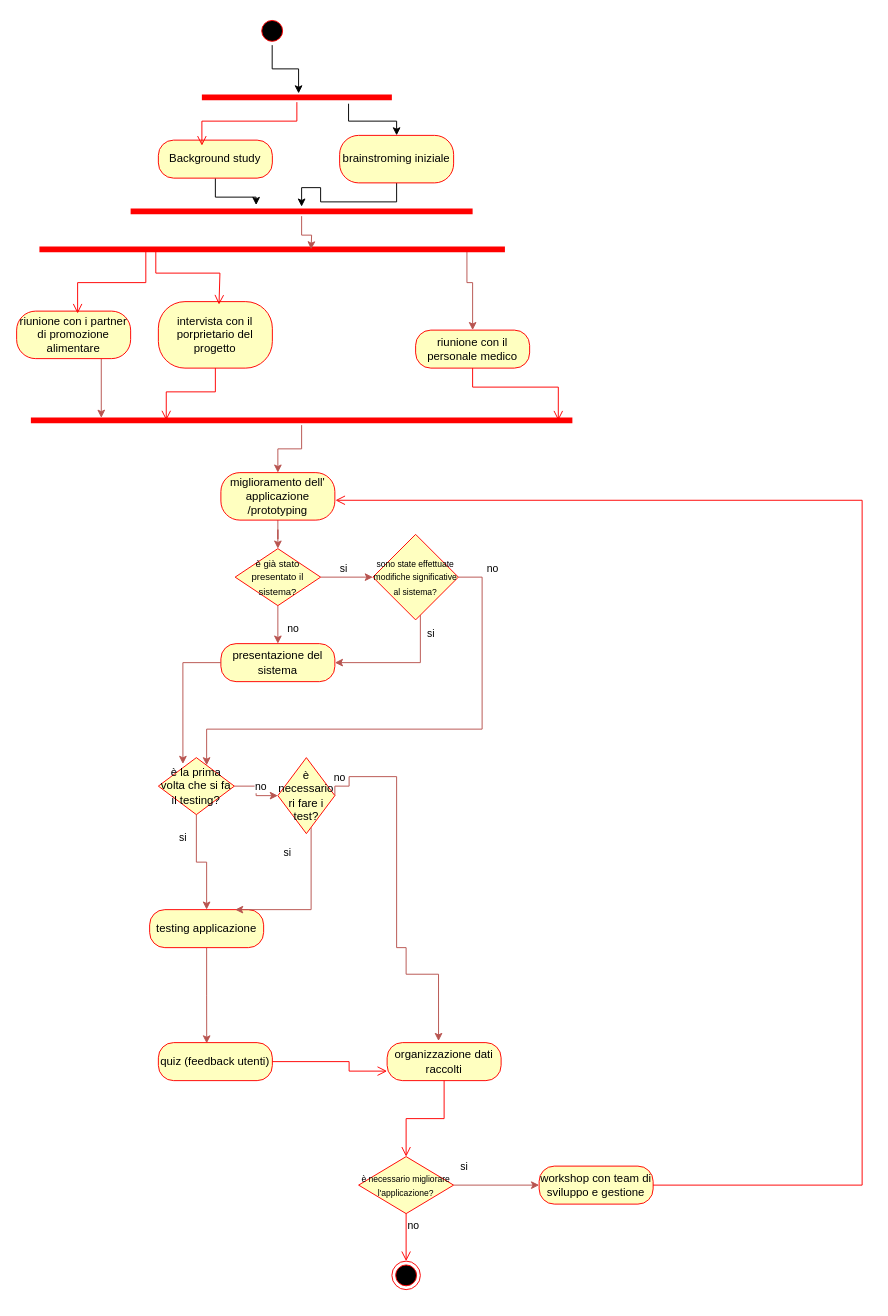
The draw.io diagram grafi/Diagramma senza titolo.drawio in Barbera9/mixed, before the edit. Source tidied: cells renumbered, new cells numbered last; positions are measured from the earlier drawing's top-left corner, leaving out a move shared by most shapes. Both pictures are drawn from the tidied source at 95%, with x=0, y=0 at pixel (16, 16).
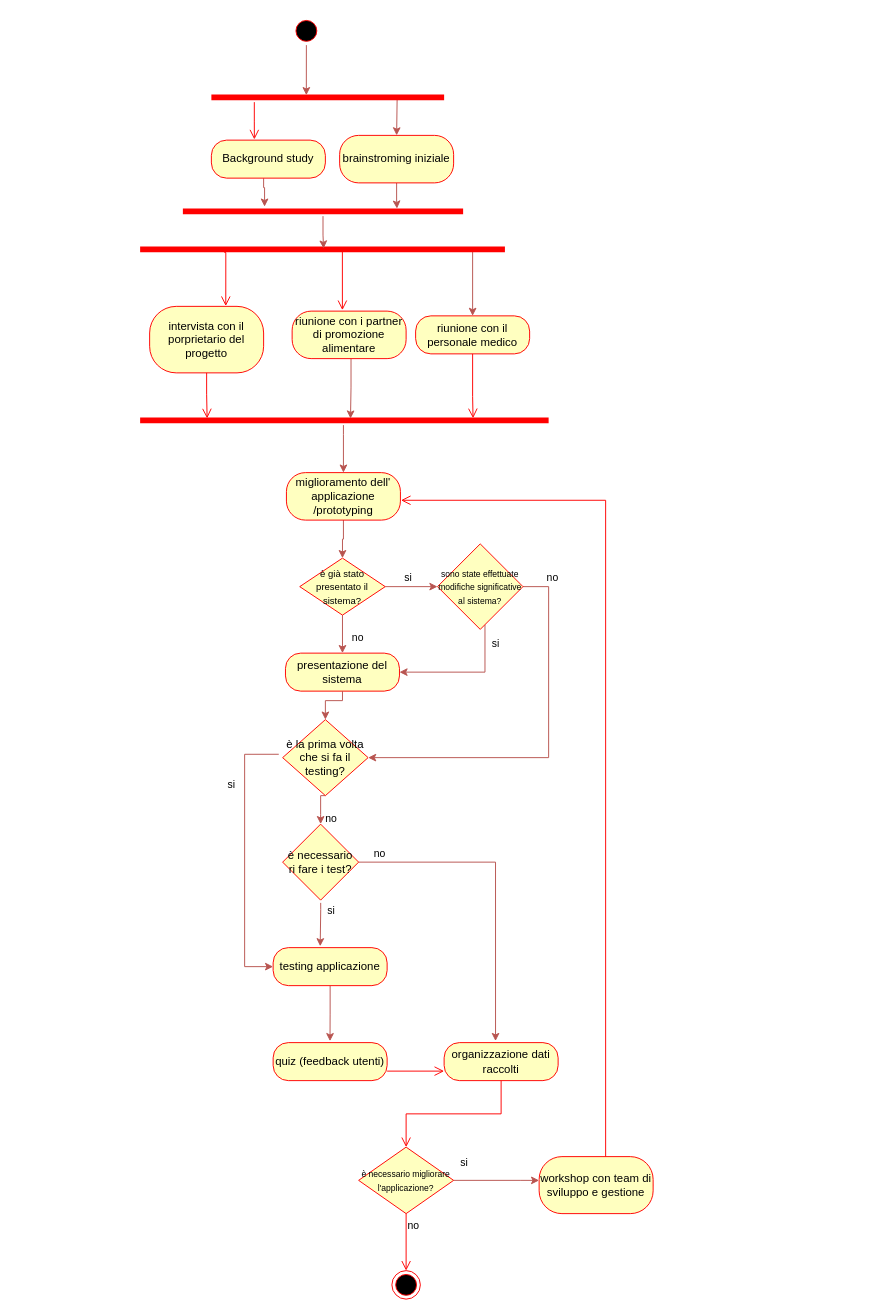
After the change.

The change refers to these unchanged cells:
```xml
<mxCell id="11" value="brainstroming iniziale" style="rounded=1;whiteSpace=wrap;html=1;arcSize=40;fontColor=#000000;fillColor=#ffffc0;strokeColor=#ff0000;" parent="1" vertex="1">
  <mxGeometry x="340" y="125" width="120" height="50" as="geometry" />
</mxCell>
```

Diff of the diagram source:
```diff
@@
-    <mxCell id="2" style="edgeStyle=orthogonalEdgeStyle;rounded=0;jettySize=auto;html=1;entryX=0.509;entryY=0.083;entryDx=0;entryDy=0;entryPerimeter=0;" parent="1" edge="1" source="3" target="58">
+    <mxCell id="2" style="edgeStyle=orthogonalEdgeStyle;rounded=0;jettySize=auto;html=1;entryX=0.408;entryY=0.268;entryDx=0;entryDy=0;entryPerimeter=0;fillColor=#f8cecc;strokeColor=#b85450;" parent="1" edge="1" source="3" target="58">
       <mxGeometry relative="1" as="geometry" />
     </mxCell>
     <mxCell id="3" style="ellipse;html=1;shape=startState;fillColor=#000000;strokeColor=#ff0000;" parent="1" vertex="1">
-      <mxGeometry x="254" width="30" height="30" as="geometry" />
+      <mxGeometry x="290" width="30" height="30" as="geometry" />
     </mxCell>
-    <mxCell id="4" style="edgeStyle=orthogonalEdgeStyle;rounded=0;jettySize=auto;html=1;entryX=0.367;entryY=-0.167;entryDx=0;entryDy=0;entryPerimeter=0;" parent="1" edge="1" source="5" target="61">
-      <mxGeometry relative="1" as="geometry" />
+    <mxCell id="4" style="edgeStyle=orthogonalEdgeStyle;rounded=0;jettySize=auto;html=1;fillColor=#f8cecc;strokeColor=#b85450;" parent="1" edge="1" source="5" target="61">
+      <mxGeometry relative="1" as="geometry">
+        <Array as="points">
+          <mxPoint x="260" y="180" />
+          <mxPoint x="261" y="180" />
+        </Array>
+      </mxGeometry>
     </mxCell>
     <mxCell id="5" value="Background study" style="rounded=1;whiteSpace=wrap;html=1;arcSize=40;fontColor=#000000;fillColor=#ffffc0;strokeColor=#ff0000;" parent="1" vertex="1">
-      <mxGeometry x="149.2" y="130" width="120" height="40" as="geometry" />
+      <mxGeometry x="205" y="130" width="120" height="40" as="geometry" />
     </mxCell>
     <mxCell id="6" style="edgeStyle=orthogonalEdgeStyle;rounded=0;jettySize=auto;html=1;exitX=0.927;exitY=0.511;exitDx=0;exitDy=0;exitPerimeter=0;entryX=0.5;entryY=0;entryDx=0;entryDy=0;fillColor=#f8cecc;strokeColor=#b85450;" parent="1" edge="1" source="7" target="54">
       <mxGeometry relative="1" as="geometry">
         <Array as="points">
-          <mxPoint x="474" y="246" />
-          <mxPoint x="474" y="280" />
-          <mxPoint x="480" y="280" />
+          <mxPoint x="480" y="246" />
         </Array>
       </mxGeometry>
     </mxCell>
     <mxCell id="7" style="shape=line;html=1;strokeWidth=6;strokeColor=#ff0000;" parent="1" vertex="1">
-      <mxGeometry x="24" y="200" width="490" height="90" as="geometry" />
+      <mxGeometry x="130" y="200" width="384" height="90" as="geometry" />
     </mxCell>
     <mxCell id="8" value="intervista con il porprietario del progetto" style="rounded=1;whiteSpace=wrap;html=1;arcSize=40;fontColor=#000000;fillColor=#ffffc0;strokeColor=#ff0000;" parent="1" vertex="1">
-      <mxGeometry x="149.2" y="300" width="120" height="70" as="geometry" />
+      <mxGeometry x="140" y="305" width="120" height="70" as="geometry" />
     </mxCell>
-    <mxCell id="9" style="edgeStyle=orthogonalEdgeStyle;html=1;verticalAlign=bottom;endArrow=open;endSize=8;strokeColor=#ff0000;rounded=0;entryX=0.25;entryY=0.5;entryDx=0;entryDy=0;entryPerimeter=0;" parent="1" edge="1" source="8" target="14">
+    <mxCell id="9" style="edgeStyle=orthogonalEdgeStyle;html=1;verticalAlign=bottom;endArrow=open;endSize=8;strokeColor=#ff0000;rounded=0;entryX=0.164;entryY=0.287;entryDx=0;entryDy=0;entryPerimeter=0;" parent="1" edge="1" source="8" target="14">
       <mxGeometry relative="1" as="geometry" />
     </mxCell>
-    <mxCell id="10" style="edgeStyle=orthogonalEdgeStyle;rounded=0;jettySize=auto;html=1;" parent="1" edge="1" source="11" target="61">
+    <mxCell id="10" style="edgeStyle=orthogonalEdgeStyle;rounded=0;jettySize=auto;html=1;fillColor=#f8cecc;strokeColor=#b85450;entryX=0.764;entryY=0.205;entryDx=0;entryDy=0;entryPerimeter=0;" parent="1" edge="1" source="11" target="61">
       <mxGeometry relative="1" as="geometry" />
     </mxCell>
@@
-    <mxCell id="12" style="edgeStyle=orthogonalEdgeStyle;html=1;verticalAlign=bottom;endArrow=open;endSize=8;strokeColor=#ff0000;rounded=0;entryX=0.532;entryY=0.045;entryDx=0;entryDy=0;entryPerimeter=0;exitX=0.25;exitY=0.5;exitDx=0;exitDy=0;exitPerimeter=0;" parent="1" edge="1" source="7" target="8">
+    <mxCell id="12" style="edgeStyle=orthogonalEdgeStyle;html=1;verticalAlign=bottom;endArrow=open;endSize=8;strokeColor=#ff0000;rounded=0;exitX=0.231;exitY=0.537;exitDx=0;exitDy=0;exitPerimeter=0;entryX=0.668;entryY=-0.005;entryDx=0;entryDy=0;entryPerimeter=0;" parent="1" edge="1" source="7" target="8">
       <mxGeometry relative="1" as="geometry">
         <Array as="points">
-          <mxPoint x="147" y="270" />
-          <mxPoint x="214" y="270" />
-          <mxPoint x="214" y="303" />
+          <mxPoint x="220" y="248" />
         </Array>
       </mxGeometry>
     </mxCell>
     <mxCell id="13" style="edgeStyle=orthogonalEdgeStyle;rounded=0;jettySize=auto;html=1;fillColor=#f8cecc;strokeColor=#b85450;" parent="1" edge="1" source="14" target="18">
-      <mxGeometry relative="1" as="geometry" />
+      <mxGeometry relative="1" as="geometry">
+        <Array as="points">
+          <mxPoint x="344" y="440" />
+          <mxPoint x="344" y="440" />
+        </Array>
+      </mxGeometry>
     </mxCell>
     <mxCell id="14" style="shape=line;html=1;strokeWidth=6;strokeColor=#ff0000;" parent="1" vertex="1">
-      <mxGeometry x="15" y="420" width="570" height="10" as="geometry" />
+      <mxGeometry x="130" y="420" width="430" height="10" as="geometry" />
     </mxCell>
     <mxCell id="15" value="presentazione del sistema" style="rounded=1;whiteSpace=wrap;html=1;arcSize=40;fontColor=#000000;fillColor=#ffffc0;strokeColor=#ff0000;" parent="1" vertex="1">
-      <mxGeometry x="215" y="660" width="120" height="40" as="geometry" />
+      <mxGeometry x="283" y="670" width="120" height="40" as="geometry" />
     </mxCell>
-    <mxCell id="16" style="edgeStyle=orthogonalEdgeStyle;rounded=0;jettySize=auto;html=1;fillColor=#f8cecc;strokeColor=#b85450;entryX=0.323;entryY=0.111;entryDx=0;entryDy=0;entryPerimeter=0;" parent="1" edge="1" source="15" target="40">
+    <mxCell id="16" style="edgeStyle=orthogonalEdgeStyle;rounded=0;jettySize=auto;html=1;fillColor=#f8cecc;strokeColor=#b85450;entryX=0.5;entryY=0;entryDx=0;entryDy=0;" parent="1" edge="1" source="15" target="40">
       <mxGeometry relative="1" as="geometry">
         <Array as="points">
-          <mxPoint x="175" y="680" />
+          <mxPoint x="343" y="720" />
+          <mxPoint x="325" y="720" />
         </Array>
       </mxGeometry>
     </mxCell>
-    <mxCell id="17" style="edgeStyle=orthogonalEdgeStyle;rounded=0;jettySize=auto;html=1;fillColor=#f8cecc;strokeColor=#b85450;" parent="1" edge="1" source="18" target="50">
+    <mxCell id="17" style="edgeStyle=orthogonalEdgeStyle;rounded=0;jettySize=auto;html=1;fillColor=#f8cecc;strokeColor=#b85450;exitX=0.5;exitY=1;exitDx=0;exitDy=0;" parent="1" edge="1" source="18" target="50">
       <mxGeometry relative="1" as="geometry" />
     </mxCell>
     <mxCell id="18" value="miglioramento dell' applicazione /prototyping" style="rounded=1;whiteSpace=wrap;html=1;arcSize=40;fontColor=#000000;fillColor=#ffffc0;strokeColor=#ff0000;" parent="1" vertex="1">
-      <mxGeometry x="215" y="480" width="120" height="50" as="geometry" />
+      <mxGeometry x="284" y="480" width="120" height="50" as="geometry" />
     </mxCell>
-    <mxCell id="19" style="edgeStyle=orthogonalEdgeStyle;rounded=0;jettySize=auto;html=1;fillColor=#f8cecc;strokeColor=#b85450;entryX=0.424;entryY=0.021;entryDx=0;entryDy=0;entryPerimeter=0;" parent="1" edge="1" source="20" target="26">
+    <mxCell id="19" style="edgeStyle=orthogonalEdgeStyle;rounded=0;jettySize=auto;html=1;fillColor=#f8cecc;strokeColor=#b85450;entryX=0.499;entryY=-0.039;entryDx=0;entryDy=0;entryPerimeter=0;" parent="1" edge="1" source="20" target="26">
       <mxGeometry relative="1" as="geometry" />
     </mxCell>
     <mxCell id="20" value="testing applicazione" style="rounded=1;whiteSpace=wrap;html=1;arcSize=40;fontColor=#000000;fillColor=#ffffc0;strokeColor=#ff0000;" parent="1" vertex="1">
-      <mxGeometry x="140" y="940" width="120" height="40" as="geometry" />
+      <mxGeometry x="270" y="980" width="120" height="40" as="geometry" />
     </mxCell>
     <mxCell id="21" style="edgeStyle=orthogonalEdgeStyle;rounded=0;jettySize=auto;html=1;fillColor=#f8cecc;strokeColor=#b85450;" parent="1" edge="1" source="25" target="40">
       <mxGeometry relative="1" as="geometry">
         <Array as="points">
-          <mxPoint x="490" y="590" />
-          <mxPoint x="490" y="750" />
-          <mxPoint x="200" y="750" />
+          <mxPoint x="560" y="600" />
+          <mxPoint x="560" y="780" />
         </Array>
       </mxGeometry>
     </mxCell>
@@
     <mxCell id="23" style="edgeStyle=orthogonalEdgeStyle;rounded=0;jettySize=auto;html=1;fillColor=#f8cecc;strokeColor=#b85450;" parent="1" edge="1" source="25" target="15">
       <mxGeometry relative="1" as="geometry">
         <Array as="points">
-          <mxPoint x="425" y="680" />
+          <mxPoint x="493" y="690" />
         </Array>
       </mxGeometry>
     </mxCell>
@@
     <mxCell id="25" value="&lt;font style=&quot;font-size: 9px;&quot;&gt;sono state effettuate modifiche significative al sistema?&lt;/font&gt;" style="rhombus;whiteSpace=wrap;html=1;fontColor=#000000;fillColor=#ffffc0;strokeColor=#ff0000;" parent="1" vertex="1">
-      <mxGeometry x="375" y="545" width="90" height="90" as="geometry" />
+      <mxGeometry x="443" y="555" width="90" height="90" as="geometry" />
     </mxCell>
     <mxCell id="26" value="quiz (feedback utenti)" style="rounded=1;whiteSpace=wrap;html=1;arcSize=40;fontColor=#000000;fillColor=#ffffc0;strokeColor=#ff0000;" parent="1" vertex="1">
-      <mxGeometry x="149.2" y="1080" width="120" height="40" as="geometry" />
+      <mxGeometry x="270" y="1080" width="120" height="40" as="geometry" />
     </mxCell>
@@
     <mxCell id="28" value="organizzazione dati raccolti" style="rounded=1;whiteSpace=wrap;html=1;arcSize=40;fontColor=#000000;fillColor=#ffffc0;strokeColor=#ff0000;" parent="1" vertex="1">
-      <mxGeometry x="390" y="1080" width="120" height="40" as="geometry" />
+      <mxGeometry x="450" y="1080" width="120" height="40" as="geometry" />
     </mxCell>
@@
-    <mxCell id="30" style="edgeStyle=orthogonalEdgeStyle;rounded=0;jettySize=auto;html=1;fillColor=#f8cecc;strokeColor=#b85450;" parent="1" edge="1" source="32" target="51">
-      <mxGeometry relative="1" as="geometry" />
+    <mxCell id="30" style="edgeStyle=orthogonalEdgeStyle;rounded=0;jettySize=auto;html=1;fillColor=#f8cecc;strokeColor=#b85450;exitX=1;exitY=0.5;exitDx=0;exitDy=0;entryX=0;entryY=0.417;entryDx=0;entryDy=0;entryPerimeter=0;" parent="1" edge="1" source="32" target="51">
+      <mxGeometry relative="1" as="geometry">
+        <Array as="points">
+          <mxPoint x="530" y="1225" />
+          <mxPoint x="530" y="1225" />
+        </Array>
+      </mxGeometry>
     </mxCell>
@@
     <mxCell id="32" value="&lt;font style=&quot;font-size: 9px;&quot;&gt;è necessario migliorare l'applicazione?&lt;/font&gt;" style="rhombus;whiteSpace=wrap;html=1;fontColor=#000000;fillColor=#ffffc0;strokeColor=#ff0000;" parent="1" vertex="1">
-      <mxGeometry x="360" y="1200" width="100" height="60" as="geometry" />
+      <mxGeometry x="360" y="1190" width="100" height="70" as="geometry" />
     </mxCell>
@@
     <mxCell id="34" style="ellipse;html=1;shape=endState;fillColor=#000000;strokeColor=#ff0000;" parent="1" vertex="1">
-      <mxGeometry x="395" y="1310" width="30" height="30" as="geometry" />
+      <mxGeometry x="395" y="1320" width="30" height="30" as="geometry" />
     </mxCell>
     <mxCell id="35" style="edgeStyle=orthogonalEdgeStyle;html=1;verticalAlign=bottom;endArrow=open;endSize=8;strokeColor=#ff0000;rounded=0;exitX=1;exitY=0.5;exitDx=0;exitDy=0;entryX=1.005;entryY=0.582;entryDx=0;entryDy=0;entryPerimeter=0;" parent="1" edge="1" source="51" target="18">
       <mxGeometry relative="1" as="geometry">
         <Array as="points">
-          <mxPoint x="660" y="1230" />
-          <mxPoint x="890" y="1230" />
-          <mxPoint x="890" y="359" />
+          <mxPoint x="620" y="1230" />
+          <mxPoint x="620" y="509" />
         </Array>
       </mxGeometry>
     </mxCell>
-    <mxCell id="36" style="edgeStyle=orthogonalEdgeStyle;rounded=0;jettySize=auto;html=1;fillColor=#f8cecc;strokeColor=#b85450;" parent="1" edge="1" source="40" target="45">
-      <mxGeometry relative="1" as="geometry" />
+    <mxCell id="36" style="edgeStyle=orthogonalEdgeStyle;rounded=0;jettySize=auto;html=1;fillColor=#f8cecc;strokeColor=#b85450;exitX=0.5;exitY=1;exitDx=0;exitDy=0;" parent="1" edge="1" source="40" target="45">
+      <mxGeometry relative="1" as="geometry">
+        <Array as="points">
+          <mxPoint x="320" y="840" />
+          <mxPoint x="320" y="840" />
+        </Array>
+      </mxGeometry>
     </mxCell>
     <mxCell id="37" value="no" style="edgeLabel;html=1;align=center;verticalAlign=middle;" parent="36" vertex="1">
       <mxGeometry x="0.54" y="-2" relative="1" as="geometry">
-        <mxPoint x="-6" y="-12" as="offset" />
+        <mxPoint x="12" y="1" as="offset" />
       </mxGeometry>
     </mxCell>
-    <mxCell id="38" style="edgeStyle=orthogonalEdgeStyle;rounded=0;jettySize=auto;html=1;fillColor=#f8cecc;strokeColor=#b85450;" parent="1" edge="1" source="40" target="20">
-      <mxGeometry relative="1" as="geometry" />
+    <mxCell id="38" style="edgeStyle=orthogonalEdgeStyle;rounded=0;jettySize=auto;html=1;fillColor=#f8cecc;strokeColor=#b85450;exitX=-0.045;exitY=0.456;exitDx=0;exitDy=0;exitPerimeter=0;" parent="1" edge="1" source="40" target="20">
+      <mxGeometry relative="1" as="geometry">
+        <Array as="points">
+          <mxPoint x="240" y="776" />
+          <mxPoint x="240" y="1000" />
+        </Array>
+      </mxGeometry>
     </mxCell>
@@
     <mxCell id="40" value="è la prima volta che si fa il testing?" style="rhombus;whiteSpace=wrap;html=1;fontColor=#000000;fillColor=#ffffc0;strokeColor=#ff0000;" parent="1" vertex="1">
-      <mxGeometry x="149.2" y="780" width="80" height="60" as="geometry" />
+      <mxGeometry x="280" y="740" width="90" height="80" as="geometry" />
     </mxCell>
-    <mxCell id="41" style="edgeStyle=orthogonalEdgeStyle;rounded=0;jettySize=auto;html=1;entryX=0.75;entryY=0;entryDx=0;entryDy=0;fillColor=#f8cecc;strokeColor=#b85450;" parent="1" edge="1" source="45" target="20">
+    <mxCell id="41" style="edgeStyle=orthogonalEdgeStyle;rounded=0;jettySize=auto;html=1;entryX=0.413;entryY=-0.036;entryDx=0;entryDy=0;fillColor=#f8cecc;strokeColor=#b85450;exitX=0.501;exitY=1.036;exitDx=0;exitDy=0;exitPerimeter=0;entryPerimeter=0;" parent="1" edge="1" source="45" target="20">
       <mxGeometry relative="1" as="geometry">
         <Array as="points">
-          <mxPoint x="310" y="940" />
+          <mxPoint x="320" y="940" />
+          <mxPoint x="320" y="940" />
         </Array>
       </mxGeometry>
     </mxCell>
     <mxCell id="42" value="si" style="edgeLabel;html=1;align=center;verticalAlign=middle;" parent="41" vertex="1">
       <mxGeometry x="-0.62" y="-4" relative="1" as="geometry">
-        <mxPoint x="-22" y="-6" as="offset" />
+        <mxPoint x="14" y="-1" as="offset" />
       </mxGeometry>
     </mxCell>
     <mxCell id="43" style="edgeStyle=orthogonalEdgeStyle;rounded=0;jettySize=auto;html=1;fillColor=#f8cecc;strokeColor=#b85450;exitX=1;exitY=0.5;exitDx=0;exitDy=0;entryX=0.451;entryY=-0.042;entryDx=0;entryDy=0;entryPerimeter=0;" parent="1" edge="1" source="45" target="28">
       <mxGeometry relative="1" as="geometry">
         <Array as="points">
-          <mxPoint x="350" y="810" />
-          <mxPoint x="350" y="800" />
-          <mxPoint x="400" y="800" />
-          <mxPoint x="400" y="980" />
-          <mxPoint x="410" y="980" />
-          <mxPoint x="410" y="1008" />
+          <mxPoint x="504" y="890" />
         </Array>
       </mxGeometry>
     </mxCell>
     <mxCell id="44" value="no" style="edgeLabel;html=1;align=center;verticalAlign=middle;" parent="43" vertex="1">
       <mxGeometry x="-0.93" y="2" relative="1" as="geometry">
-        <mxPoint y="-8" as="offset" />
+        <mxPoint x="9" y="-8" as="offset" />
       </mxGeometry>
     </mxCell>
     <mxCell id="45" value="è necessario ri fare i test?" style="rhombus;whiteSpace=wrap;html=1;fontColor=#000000;fillColor=#ffffc0;strokeColor=#ff0000;" parent="1" vertex="1">
-      <mxGeometry x="275" y="780" width="60" height="80" as="geometry" />
+      <mxGeometry x="280" y="850" width="80" height="80" as="geometry" />
     </mxCell>
@@
     <mxCell id="50" value="&lt;font style=&quot;font-size: 10px;&quot;&gt;è già stato presentato il sistema?&lt;/font&gt;" style="rhombus;whiteSpace=wrap;html=1;fontColor=#000000;fillColor=#ffffc0;strokeColor=#ff0000;" parent="1" vertex="1">
-      <mxGeometry x="230" y="560" width="90" height="60" as="geometry" />
+      <mxGeometry x="298" y="570" width="90" height="60" as="geometry" />
     </mxCell>
     <mxCell id="51" value="workshop con team di sviluppo e gestione" style="rounded=1;whiteSpace=wrap;html=1;arcSize=40;fontColor=#000000;fillColor=#ffffc0;strokeColor=#ff0000;" parent="1" vertex="1">
-      <mxGeometry x="550" y="1210" width="120" height="40" as="geometry" />
+      <mxGeometry x="550" y="1200" width="120" height="60" as="geometry" />
     </mxCell>
-    <mxCell id="52" style="edgeStyle=orthogonalEdgeStyle;rounded=0;jettySize=auto;html=1;entryX=0.13;entryY=0.229;entryDx=0;entryDy=0;entryPerimeter=0;fillColor=#f8cecc;strokeColor=#b85450;" parent="1" edge="1" source="53" target="14">
+    <mxCell id="52" style="edgeStyle=orthogonalEdgeStyle;rounded=0;jettySize=auto;html=1;entryX=0.515;entryY=0.309;entryDx=0;entryDy=0;entryPerimeter=0;fillColor=#f8cecc;strokeColor=#b85450;" parent="1" edge="1" source="53" target="14">
       <mxGeometry relative="1" as="geometry">
         <Array as="points">
-          <mxPoint x="60" y="330" />
-          <mxPoint x="64" y="330" />
+          <mxPoint x="352" y="390" />
+          <mxPoint x="351" y="390" />
         </Array>
       </mxGeometry>
     </mxCell>
     <mxCell id="53" value="riunione con i partner di promozione alimentare" style="rounded=1;whiteSpace=wrap;html=1;arcSize=40;fontColor=#000000;fillColor=#ffffc0;strokeColor=#ff0000;" parent="1" vertex="1">
-      <mxGeometry y="310" width="120" height="50" as="geometry" />
+      <mxGeometry x="290" y="310" width="120" height="50" as="geometry" />
     </mxCell>
     <mxCell id="54" value="riunione con il personale medico" style="rounded=1;whiteSpace=wrap;html=1;arcSize=40;fontColor=#000000;fillColor=#ffffc0;strokeColor=#ff0000;" parent="1" vertex="1">
-      <mxGeometry x="420" y="330" width="120" height="40" as="geometry" />
+      <mxGeometry x="420" y="315" width="120" height="40" as="geometry" />
     </mxCell>
-    <mxCell id="55" style="edgeStyle=orthogonalEdgeStyle;html=1;verticalAlign=bottom;endArrow=open;endSize=8;strokeColor=#ff0000;rounded=0;entryX=0.974;entryY=0.514;entryDx=0;entryDy=0;entryPerimeter=0;" parent="1" edge="1" source="54" target="14">
+    <mxCell id="55" style="edgeStyle=orthogonalEdgeStyle;html=1;verticalAlign=bottom;endArrow=open;endSize=8;strokeColor=#ff0000;rounded=0;entryX=0.815;entryY=0.271;entryDx=0;entryDy=0;entryPerimeter=0;" parent="1" edge="1" source="54" target="14">
       <mxGeometry relative="1" as="geometry">
         <Array as="points">
-          <mxPoint x="480" y="390" />
-          <mxPoint x="570" y="390" />
+          <mxPoint x="480" y="400" />
+          <mxPoint x="481" y="400" />
         </Array>
       </mxGeometry>
     </mxCell>
-    <mxCell id="56" style="edgeStyle=orthogonalEdgeStyle;html=1;verticalAlign=bottom;endArrow=open;endSize=8;strokeColor=#ff0000;rounded=0;exitX=0.237;exitY=0.524;exitDx=0;exitDy=0;exitPerimeter=0;entryX=0.535;entryY=0.051;entryDx=0;entryDy=0;entryPerimeter=0;" parent="1" edge="1" source="7" target="53">
+    <mxCell id="56" style="edgeStyle=orthogonalEdgeStyle;html=1;verticalAlign=bottom;endArrow=open;endSize=8;strokeColor=#ff0000;rounded=0;exitX=0.546;exitY=0.514;exitDx=0;exitDy=0;exitPerimeter=0;entryX=0.441;entryY=-0.021;entryDx=0;entryDy=0;entryPerimeter=0;" parent="1" edge="1" source="7" target="53">
       <mxGeometry relative="1" as="geometry">
         <Array as="points">
-          <mxPoint x="136" y="247" />
-          <mxPoint x="136" y="280" />
-          <mxPoint x="64" y="280" />
+          <mxPoint x="343" y="246" />
         </Array>
       </mxGeometry>
     </mxCell>
-    <mxCell id="57" style="edgeStyle=orthogonalEdgeStyle;rounded=0;jettySize=auto;html=1;entryX=0.5;entryY=0;entryDx=0;entryDy=0;exitX=0.772;exitY=1.167;exitDx=0;exitDy=0;exitPerimeter=0;" parent="1" edge="1" source="58" target="11">
+    <mxCell id="57" style="edgeStyle=orthogonalEdgeStyle;rounded=0;jettySize=auto;html=1;entryX=0.5;entryY=0;entryDx=0;entryDy=0;exitX=0.798;exitY=0.753;exitDx=0;exitDy=0;exitPerimeter=0;fillColor=#f8cecc;strokeColor=#b85450;" parent="1" edge="1" source="58" target="11">
       <mxGeometry relative="1" as="geometry" />
     </mxCell>
     <mxCell id="58" style="shape=line;html=1;strokeWidth=6;strokeColor=#ff0000;" parent="1" vertex="1">
-      <mxGeometry x="195" y="80" width="200" height="10" as="geometry" />
+      <mxGeometry x="205" y="80" width="245" height="10" as="geometry" />
     </mxCell>
-    <mxCell id="59" style="edgeStyle=orthogonalEdgeStyle;html=1;verticalAlign=bottom;endArrow=open;endSize=8;strokeColor=#ff0000;rounded=0;entryX=0.382;entryY=0.146;entryDx=0;entryDy=0;entryPerimeter=0;" parent="1" edge="1" source="58" target="5">
-      <mxGeometry relative="1" as="geometry" />
+    <mxCell id="59" style="edgeStyle=orthogonalEdgeStyle;html=1;verticalAlign=bottom;endArrow=open;endSize=8;strokeColor=#ff0000;rounded=0;entryX=0.377;entryY=-0.018;entryDx=0;entryDy=0;entryPerimeter=0;" parent="1" edge="1" source="58" target="5">
+      <mxGeometry relative="1" as="geometry">
+        <Array as="points">
+          <mxPoint x="250" y="110" />
+        </Array>
+      </mxGeometry>
     </mxCell>
-    <mxCell id="60" style="edgeStyle=orthogonalEdgeStyle;rounded=0;jettySize=auto;html=1;fillColor=#f8cecc;strokeColor=#b85450;" parent="1" edge="1" source="61">
-      <mxGeometry relative="1" as="geometry">
-        <mxPoint x="310" y="245" as="targetPoint" />
-      </mxGeometry>
+    <mxCell id="60" style="edgeStyle=orthogonalEdgeStyle;rounded=0;jettySize=auto;html=1;fillColor=#f8cecc;strokeColor=#b85450;entryX=0.503;entryY=0.49;entryDx=0;entryDy=0;entryPerimeter=0;" parent="1" edge="1" source="61" target="7">
+      <mxGeometry relative="1" as="geometry" />
     </mxCell>
     <mxCell id="61" style="shape=line;html=1;strokeWidth=6;strokeColor=#ff0000;" parent="1" vertex="1">
-      <mxGeometry x="120" y="200" width="360" height="10" as="geometry" />
+      <mxGeometry x="175" y="200" width="295" height="10" as="geometry" />
     </mxCell>
```
